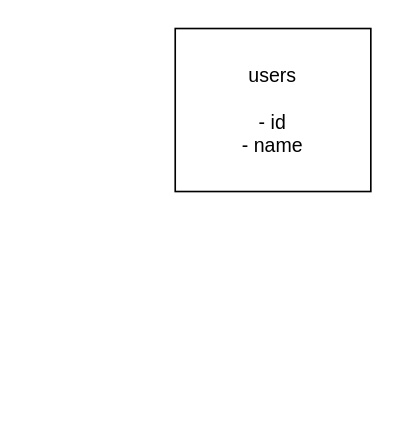
The draw.io diagram 名称未設定ファイル.drawio in tecyokomichi/WebApplictionLearning, before the edit. Source tidied: cells renumbered, new cells numbered last; positions are measured from the earlier drawing's top-left corner, leaving out a move shared by most shapes. Both pictures are drawn from the tidied source at 163%, with x=0, y=0 at pixel (174, 28).
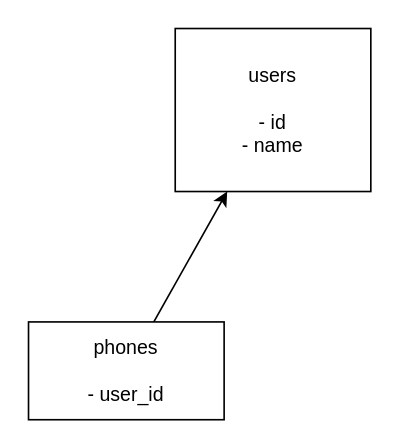
The same page after the edit.

Commit message:
phones を追加

What changed in the source:
```diff
@@
 <mxGraphModel>
   <root>
     <mxCell id="0" />
     <mxCell id="1" parent="0" />
     <mxCell id="2" value="users&lt;br&gt;&lt;br&gt;- id&lt;br&gt;- name" style="rounded=0;whiteSpace=wrap;html=1;" parent="1" vertex="1">
       <mxGeometry width="120" height="100" as="geometry" />
     </mxCell>
+    <mxCell id="3" style="rounded=0;jettySize=auto;html=1;" parent="1" edge="1" source="4" target="2">
+      <mxGeometry relative="1" as="geometry" />
+    </mxCell>
+    <mxCell id="4" value="phones&lt;br&gt;&lt;br&gt;- user_id&lt;br&gt;" style="rounded=0;whiteSpace=wrap;html=1;" parent="1" vertex="1">
+      <mxGeometry x="-90" y="180" width="120" height="60" as="geometry" />
+    </mxCell>
   </root>
 </mxGraphModel>
```
